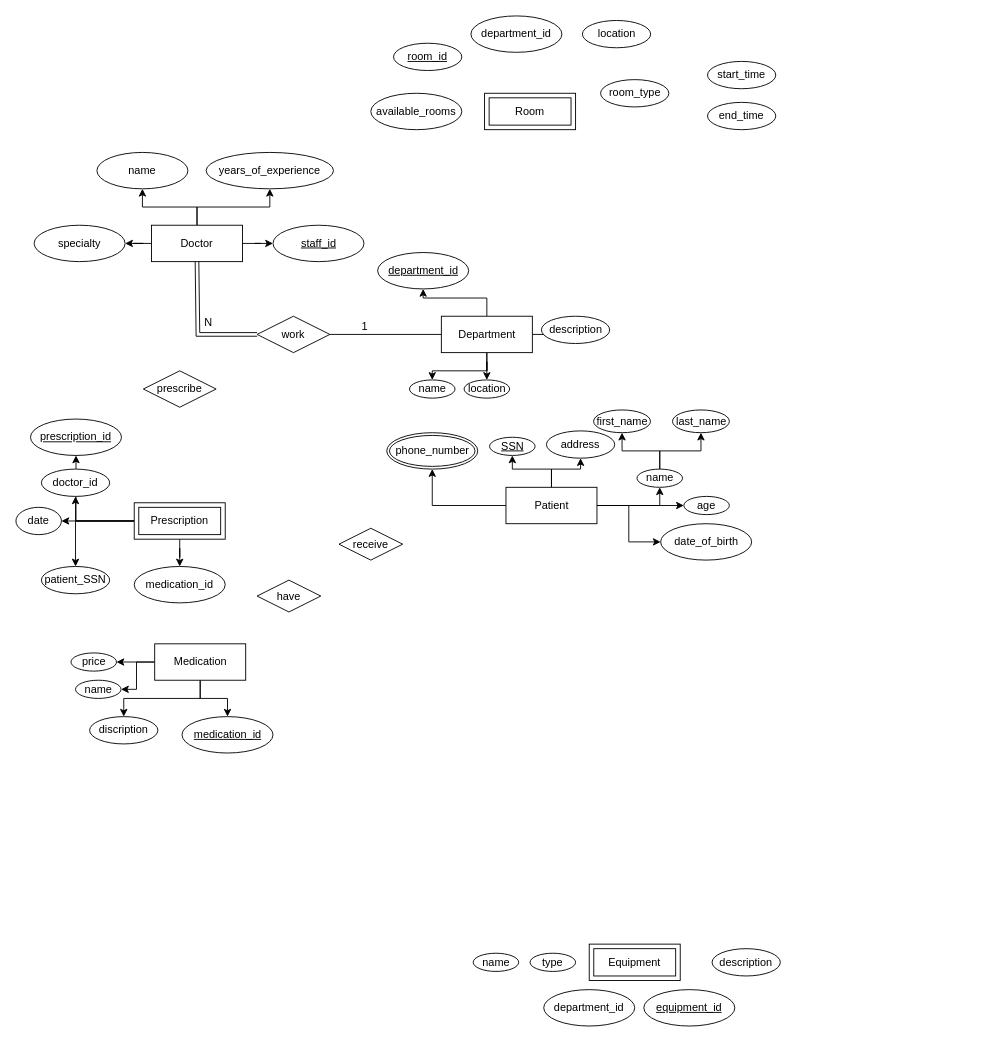
Earlier version of the draw.io diagram 9311.drawio (MC-Elixir/GRP-learning). Source tidied: cells renumbered, new cells numbered last; positions are measured from the earlier drawing's top-left corner, leaving out a move shared by most shapes. Both pictures are drawn from the tidied source at 91%, with x=0, y=0 at pixel (15, 15).
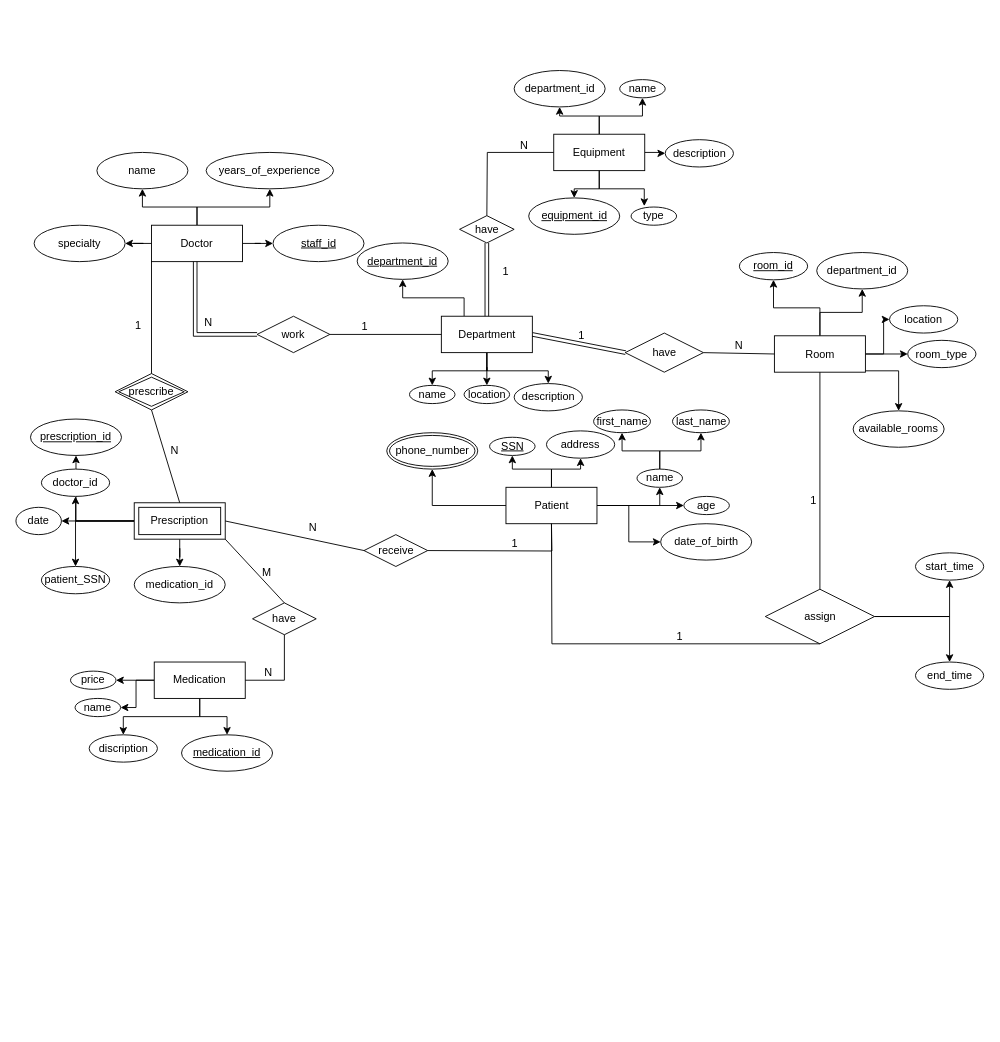
Above is the later version.

The change refers to these unchanged cells:
```xml
<mxCell id="6" value="Doctor" style="whiteSpace=wrap;html=1;align=center;" parent="1" vertex="1">
  <mxGeometry x="149" y="230" width="100" height="40" as="geometry" />
</mxCell>
<mxCell id="11" value="Department" style="whiteSpace=wrap;html=1;align=center;" parent="1" vertex="1">
  <mxGeometry x="467.5" y="330" width="100" height="40" as="geometry" />
</mxCell>
<mxCell id="22" value="Prescription" style="shape=ext;margin=3;double=1;whiteSpace=wrap;html=1;align=center;" parent="1" vertex="1">
  <mxGeometry x="130" y="535" width="100" height="40" as="geometry" />
</mxCell>
<mxCell id="54" value="work" style="shape=rhombus;perimeter=rhombusPerimeter;whiteSpace=wrap;html=1;align=center;" parent="1" vertex="1">
  <mxGeometry x="265" y="330" width="80" height="40" as="geometry" />
</mxCell>
<mxCell id="65" value="Patient" style="whiteSpace=wrap;html=1;align=center;" parent="1" vertex="1">
  <mxGeometry x="538.5" y="518" width="100" height="40" as="geometry" />
</mxCell>
```

Diff of the diagram source:
```diff
@@
-    <mxCell id="7" style="edgeStyle=orthogonalEdgeStyle;rounded=0;jettySize=auto;html=1;" parent="1" edge="1" source="11" target="29">
-      <mxGeometry relative="1" as="geometry" />
-    </mxCell>
@@
+    <mxCell id="7" style="edgeStyle=orthogonalEdgeStyle;rounded=0;jettySize=auto;html=1;exitX=0.25;exitY=0;exitDx=0;exitDy=0;" parent="1" edge="1" source="11" target="29">
+      <mxGeometry relative="1" as="geometry" />
+    </mxCell>
@@
     <mxCell id="16" value="Medication" style="whiteSpace=wrap;html=1;align=center;" parent="1" vertex="1">
-      <mxGeometry x="152.5" y="690" width="100" height="40" as="geometry" />
+      <mxGeometry x="152" y="710" width="100" height="40" as="geometry" />
     </mxCell>
@@
+    <mxCell id="79" style="edgeStyle=orthogonalEdgeStyle;rounded=0;jettySize=auto;html=1;entryX=0.5;entryY=1;entryDx=0;entryDy=0;" parent="1" edge="1" source="23" target="42">
+      <mxGeometry relative="1" as="geometry" />
+    </mxCell>
+    <mxCell id="80" style="edgeStyle=orthogonalEdgeStyle;rounded=0;jettySize=auto;html=1;entryX=0.5;entryY=1;entryDx=0;entryDy=0;" parent="1" edge="1" source="23" target="45">
+      <mxGeometry relative="1" as="geometry" />
+    </mxCell>
+    <mxCell id="81" style="edgeStyle=orthogonalEdgeStyle;rounded=0;jettySize=auto;html=1;entryX=0;entryY=0.5;entryDx=0;entryDy=0;" parent="1" edge="1" source="23" target="43">
+      <mxGeometry relative="1" as="geometry" />
+    </mxCell>
+    <mxCell id="82" style="edgeStyle=orthogonalEdgeStyle;rounded=0;jettySize=auto;html=1;" parent="1" edge="1" source="23" target="44">
+      <mxGeometry relative="1" as="geometry" />
+    </mxCell>
+    <mxCell id="83" style="edgeStyle=orthogonalEdgeStyle;rounded=0;jettySize=auto;html=1;" parent="1" edge="1" source="23" target="48">
+      <mxGeometry relative="1" as="geometry">
+        <Array as="points">
+          <mxPoint x="970" y="390" />
+        </Array>
+      </mxGeometry>
+    </mxCell>
-    <mxCell id="23" value="Room" style="shape=ext;margin=3;double=1;whiteSpace=wrap;html=1;align=center;" parent="1" vertex="1">
-      <mxGeometry x="515" y="85" width="100" height="40" as="geometry" />
+    <mxCell id="23" value="Room" style="whiteSpace=wrap;html=1;align=center;" parent="1" vertex="1">
+      <mxGeometry x="833.5" y="351.5" width="100" height="40" as="geometry" />
     </mxCell>
+    <mxCell id="84" style="edgeStyle=orthogonalEdgeStyle;rounded=0;jettySize=auto;html=1;" parent="1" edge="1" source="24" target="53">
+      <mxGeometry relative="1" as="geometry" />
+    </mxCell>
+    <mxCell id="85" style="edgeStyle=orthogonalEdgeStyle;rounded=0;jettySize=auto;html=1;" parent="1" edge="1" source="24" target="49">
+      <mxGeometry relative="1" as="geometry" />
+    </mxCell>
+    <mxCell id="86" style="edgeStyle=orthogonalEdgeStyle;rounded=0;jettySize=auto;html=1;" parent="1" edge="1" source="24" target="50">
+      <mxGeometry relative="1" as="geometry" />
+    </mxCell>
+    <mxCell id="87" style="edgeStyle=orthogonalEdgeStyle;rounded=0;jettySize=auto;html=1;" parent="1" edge="1" source="24" target="52">
+      <mxGeometry relative="1" as="geometry" />
+    </mxCell>
-    <mxCell id="24" value="Equipment" style="shape=ext;margin=3;double=1;whiteSpace=wrap;html=1;align=center;" parent="1" vertex="1">
-      <mxGeometry x="630" y="1020" width="100" height="40" as="geometry" />
+    <mxCell id="24" value="Equipment" style="whiteSpace=wrap;html=1;align=center;" parent="1" vertex="1">
+      <mxGeometry x="591" y="130" width="100" height="40" as="geometry" />
     </mxCell>
@@
     <mxCell id="29" value="department_id " style="ellipse;whiteSpace=wrap;html=1;align=center;fontStyle=4;" parent="1" vertex="1">
-      <mxGeometry x="397.5" y="260" width="100" height="40" as="geometry" />
+      <mxGeometry x="375" y="249.5" width="100" height="40" as="geometry" />
     </mxCell>
     <mxCell id="30" value="name" style="ellipse;whiteSpace=wrap;html=1;align=center;" parent="1" vertex="1">
-      <mxGeometry x="432.5" y="400" width="50" height="20" as="geometry" />
+      <mxGeometry x="432.5" y="406" width="50" height="20" as="geometry" />
     </mxCell>
     <mxCell id="31" value="description" style="ellipse;whiteSpace=wrap;html=1;align=center;" parent="1" vertex="1">
-      <mxGeometry x="577.5" y="330" width="75" height="30" as="geometry" />
+      <mxGeometry x="547.5" y="404" width="75" height="30" as="geometry" />
     </mxCell>
     <mxCell id="32" value="location" style="ellipse;whiteSpace=wrap;html=1;align=center;" parent="1" vertex="1">
-      <mxGeometry x="492.5" y="400" width="50" height="20" as="geometry" />
+      <mxGeometry x="492.5" y="406" width="50" height="20" as="geometry" />
     </mxCell>
     <mxCell id="33" value="medication_id " style="ellipse;whiteSpace=wrap;html=1;align=center;fontStyle=4;" parent="1" vertex="1">
-      <mxGeometry x="182.5" y="770" width="100" height="40" as="geometry" />
+      <mxGeometry x="182" y="790" width="100" height="40" as="geometry" />
     </mxCell>
     <mxCell id="34" value="name" style="ellipse;whiteSpace=wrap;html=1;align=center;" parent="1" vertex="1">
-      <mxGeometry x="65.5" y="730" width="50" height="20" as="geometry" />
+      <mxGeometry x="65" y="750" width="50" height="20" as="geometry" />
     </mxCell>
     <mxCell id="35" value="discription" style="ellipse;whiteSpace=wrap;html=1;align=center;" parent="1" vertex="1">
-      <mxGeometry x="81" y="770" width="75" height="30" as="geometry" />
+      <mxGeometry x="80.5" y="790" width="75" height="30" as="geometry" />
     </mxCell>
     <mxCell id="36" value="price" style="ellipse;whiteSpace=wrap;html=1;align=center;" parent="1" vertex="1">
-      <mxGeometry x="60.5" y="700" width="50" height="20" as="geometry" />
+      <mxGeometry x="60" y="720" width="50" height="20" as="geometry" />
     </mxCell>
@@
     <mxCell id="42" value="room_id " style="ellipse;whiteSpace=wrap;html=1;align=center;fontStyle=4;" parent="1" vertex="1">
-      <mxGeometry x="415" y="30" width="75" height="30" as="geometry" />
+      <mxGeometry x="795" y="260" width="75" height="30" as="geometry" />
     </mxCell>
     <mxCell id="43" value="location" style="ellipse;whiteSpace=wrap;html=1;align=center;" parent="1" vertex="1">
-      <mxGeometry x="622.5" y="5" width="75" height="30" as="geometry" />
+      <mxGeometry x="960" y="318.5" width="75" height="30" as="geometry" />
     </mxCell>
     <mxCell id="44" value="room_type" style="ellipse;whiteSpace=wrap;html=1;align=center;" parent="1" vertex="1">
-      <mxGeometry x="642.5" y="70" width="75" height="30" as="geometry" />
+      <mxGeometry x="980" y="356.5" width="75" height="30" as="geometry" />
     </mxCell>
     <mxCell id="45" value="department_id " style="ellipse;whiteSpace=wrap;html=1;align=center;" parent="1" vertex="1">
-      <mxGeometry x="500" width="100" height="40" as="geometry" />
+      <mxGeometry x="880" y="260" width="100" height="40" as="geometry" />
     </mxCell>
     <mxCell id="46" value="start_time" style="ellipse;whiteSpace=wrap;html=1;align=center;" parent="1" vertex="1">
-      <mxGeometry x="760" y="50" width="75" height="30" as="geometry" />
+      <mxGeometry x="988.5" y="590" width="75" height="30" as="geometry" />
     </mxCell>
     <mxCell id="47" value="end_time" style="ellipse;whiteSpace=wrap;html=1;align=center;" parent="1" vertex="1">
-      <mxGeometry x="760" y="95" width="75" height="30" as="geometry" />
+      <mxGeometry x="988.5" y="710" width="75" height="30" as="geometry" />
     </mxCell>
     <mxCell id="48" value="available_rooms" style="ellipse;whiteSpace=wrap;html=1;align=center;" parent="1" vertex="1">
-      <mxGeometry x="390" y="85" width="100" height="40" as="geometry" />
+      <mxGeometry x="920" y="434" width="100" height="40" as="geometry" />
     </mxCell>
     <mxCell id="49" value="equipment_id" style="ellipse;whiteSpace=wrap;html=1;align=center;fontStyle=4;" parent="1" vertex="1">
-      <mxGeometry x="690" y="1070" width="100" height="40" as="geometry" />
+      <mxGeometry x="563.5" y="200" width="100" height="40" as="geometry" />
     </mxCell>
     <mxCell id="50" value="name" style="ellipse;whiteSpace=wrap;html=1;align=center;" parent="1" vertex="1">
-      <mxGeometry x="502.5" y="1030" width="50" height="20" as="geometry" />
+      <mxGeometry x="663.5" y="70" width="50" height="20" as="geometry" />
     </mxCell>
     <mxCell id="51" value="type" style="ellipse;whiteSpace=wrap;html=1;align=center;" parent="1" vertex="1">
-      <mxGeometry x="565" y="1030" width="50" height="20" as="geometry" />
+      <mxGeometry x="676" y="210" width="50" height="20" as="geometry" />
     </mxCell>
     <mxCell id="52" value="description" style="ellipse;whiteSpace=wrap;html=1;align=center;" parent="1" vertex="1">
-      <mxGeometry x="765" y="1025" width="75" height="30" as="geometry" />
+      <mxGeometry x="713.5" y="136" width="75" height="30" as="geometry" />
     </mxCell>
     <mxCell id="53" value="department_id " style="ellipse;whiteSpace=wrap;html=1;align=center;" parent="1" vertex="1">
-      <mxGeometry x="580" y="1070" width="100" height="40" as="geometry" />
+      <mxGeometry x="547.5" y="60" width="100" height="40" as="geometry" />
     </mxCell>
@@
-    <mxCell id="57" style="shape=link;html=1;rounded=0;entryX=0;entryY=0.5;entryDx=0;entryDy=0;exitX=0.5;exitY=1;exitDx=0;exitDy=0;" parent="1" edge="1" source="6" target="54">
+    <mxCell id="57" style="shape=link;html=1;rounded=0;entryX=0;entryY=0.5;entryDx=0;entryDy=0;" parent="1" edge="1" target="54">
       <mxGeometry relative="1" as="geometry">
+        <mxPoint x="197" y="270" as="sourcePoint" />
         <Array as="points">
-          <mxPoint x="200" y="350" />
+          <mxPoint x="197" y="350" />
         </Array>
       </mxGeometry>
     </mxCell>
@@
     <mxCell id="76" value="receive" style="shape=rhombus;perimeter=rhombusPerimeter;whiteSpace=wrap;html=1;align=center;" parent="1" vertex="1">
-      <mxGeometry x="355" y="563" width="70" height="35" as="geometry" />
+      <mxGeometry x="382.5" y="570" width="70" height="35" as="geometry" />
     </mxCell>
-    <mxCell id="77" value="prescribe" style="shape=rhombus;perimeter=rhombusPerimeter;whiteSpace=wrap;html=1;align=center;" parent="1" vertex="1">
-      <mxGeometry x="140" y="390" width="80" height="40" as="geometry" />
+    <mxCell id="77" value="prescribe" style="shape=rhombus;double=1;perimeter=rhombusPerimeter;whiteSpace=wrap;html=1;align=center;" parent="1" vertex="1">
+      <mxGeometry x="109" y="393" width="80" height="40" as="geometry" />
     </mxCell>
+    <mxCell id="88" style="endArrow=none;html=1;rounded=0;exitX=0.5;exitY=1;exitDx=0;exitDy=0;entryX=0.5;entryY=0;entryDx=0;entryDy=0;" parent="1" edge="1" source="23" target="92">
+      <mxGeometry relative="1" as="geometry" />
+    </mxCell>
+    <mxCell id="89" value="1" style="html=1;whiteSpace=wrap;align=right;verticalAlign=bottom;" parent="88" vertex="1">
+      <mxGeometry x="1" relative="1" as="geometry">
+        <mxPoint x="-3" y="-90" as="offset" />
+      </mxGeometry>
+    </mxCell>
+    <mxCell id="90" style="edgeStyle=orthogonalEdgeStyle;rounded=0;jettySize=auto;html=1;" parent="1" edge="1" source="92" target="46">
+      <mxGeometry relative="1" as="geometry" />
+    </mxCell>
+    <mxCell id="91" style="edgeStyle=orthogonalEdgeStyle;rounded=0;jettySize=auto;html=1;" parent="1" edge="1" source="92" target="47">
+      <mxGeometry relative="1" as="geometry" />
+    </mxCell>
+    <mxCell id="92" value="assign" style="shape=rhombus;perimeter=rhombusPerimeter;whiteSpace=wrap;html=1;align=center;" parent="1" vertex="1">
+      <mxGeometry x="823.5" y="630" width="120" height="60" as="geometry" />
+    </mxCell>
+    <mxCell id="93" value="have" style="shape=rhombus;perimeter=rhombusPerimeter;whiteSpace=wrap;html=1;align=center;" parent="1" vertex="1">
+      <mxGeometry x="669.5" y="348.5" width="86" height="43" as="geometry" />
+    </mxCell>
+    <mxCell id="94" style="edgeStyle=orthogonalEdgeStyle;rounded=0;jettySize=auto;html=1;entryX=0.29;entryY=-0.05;entryDx=0;entryDy=0;entryPerimeter=0;" parent="1" edge="1" source="24" target="51">
+      <mxGeometry relative="1" as="geometry" />
+    </mxCell>
+    <mxCell id="95" style="endArrow=none;html=1;rounded=0;entryX=0.5;entryY=1;entryDx=0;entryDy=0;exitX=1;exitY=0.5;exitDx=0;exitDy=0;" parent="1" edge="1" source="76" target="65">
+      <mxGeometry relative="1" as="geometry">
+        <Array as="points">
+          <mxPoint x="589" y="588" />
+        </Array>
+      </mxGeometry>
+    </mxCell>
+    <mxCell id="96" value="N" style="html=1;whiteSpace=wrap;align=right;verticalAlign=bottom;" parent="95" vertex="1">
+      <mxGeometry x="1" relative="1" as="geometry">
+        <mxPoint x="-256" y="12" as="offset" />
+      </mxGeometry>
+    </mxCell>
+    <mxCell id="97" style="endArrow=none;html=1;rounded=0;exitX=1;exitY=0.5;exitDx=0;exitDy=0;entryX=0;entryY=0.5;entryDx=0;entryDy=0;" parent="1" edge="1" source="22" target="76">
+      <mxGeometry relative="1" as="geometry" />
+    </mxCell>
+    <mxCell id="98" value="1" style="html=1;whiteSpace=wrap;align=left;verticalAlign=bottom;" parent="97" vertex="1">
+      <mxGeometry x="-1" relative="1" as="geometry">
+        <mxPoint x="313" y="33" as="offset" />
+      </mxGeometry>
+    </mxCell>
     <mxCell id="78" value="have" style="shape=rhombus;perimeter=rhombusPerimeter;whiteSpace=wrap;html=1;align=center;" parent="1" vertex="1">
-      <mxGeometry x="265" y="620" width="70" height="35" as="geometry" />
+      <mxGeometry x="260" y="645" width="70" height="35" as="geometry" />
     </mxCell>
+    <mxCell id="99" style="endArrow=none;html=1;rounded=0;exitX=0;exitY=1;exitDx=0;exitDy=0;entryX=0.5;entryY=0;entryDx=0;entryDy=0;" parent="1" edge="1" source="6" target="77">
+      <mxGeometry relative="1" as="geometry" />
+    </mxCell>
+    <mxCell id="100" value="1" style="html=1;whiteSpace=wrap;align=right;verticalAlign=bottom;" parent="99" vertex="1">
+      <mxGeometry x="1" relative="1" as="geometry">
+        <mxPoint x="-10" y="-44" as="offset" />
+      </mxGeometry>
+    </mxCell>
+    <mxCell id="101" style="endArrow=none;html=1;rounded=0;entryX=0.5;entryY=0;entryDx=0;entryDy=0;exitX=0.5;exitY=1;exitDx=0;exitDy=0;" parent="1" edge="1" source="77" target="22">
+      <mxGeometry relative="1" as="geometry" />
+    </mxCell>
+    <mxCell id="102" value="N" style="html=1;whiteSpace=wrap;align=right;verticalAlign=bottom;" parent="101" vertex="1">
+      <mxGeometry x="1" relative="1" as="geometry">
+        <mxPoint y="-49" as="offset" />
+      </mxGeometry>
+    </mxCell>
+    <mxCell id="103" style="shape=link;html=1;rounded=0;exitX=1;exitY=0.5;exitDx=0;exitDy=0;" parent="1" edge="1" source="11">
+      <mxGeometry relative="1" as="geometry">
+        <mxPoint x="670" y="370" as="targetPoint" />
+      </mxGeometry>
+    </mxCell>
+    <mxCell id="104" value="1" style="html=1;whiteSpace=wrap;align=right;verticalAlign=bottom;" parent="103" vertex="1">
+      <mxGeometry x="1" relative="1" as="geometry">
+        <mxPoint x="-44" y="-10" as="offset" />
+      </mxGeometry>
+    </mxCell>
+    <mxCell id="105" style="endArrow=none;html=1;rounded=0;exitX=1;exitY=0.5;exitDx=0;exitDy=0;entryX=0;entryY=0.5;entryDx=0;entryDy=0;" parent="1" edge="1" source="93" target="23">
+      <mxGeometry relative="1" as="geometry" />
+    </mxCell>
+    <mxCell id="106" value="N" style="html=1;whiteSpace=wrap;align=right;verticalAlign=bottom;" parent="105" vertex="1">
+      <mxGeometry x="1" relative="1" as="geometry">
+        <mxPoint x="-33" y="-1" as="offset" />
+      </mxGeometry>
+    </mxCell>
+    <mxCell id="107" value="have" style="shape=rhombus;perimeter=rhombusPerimeter;whiteSpace=wrap;html=1;align=center;" parent="1" vertex="1">
+      <mxGeometry x="487.5" y="219.5" width="60" height="30" as="geometry" />
+    </mxCell>
+    <mxCell id="108" style="shape=link;html=1;rounded=0;exitX=0.5;exitY=0;exitDx=0;exitDy=0;entryX=0.5;entryY=1;entryDx=0;entryDy=0;" parent="1" edge="1" source="11" target="107">
+      <mxGeometry relative="1" as="geometry" />
+    </mxCell>
+    <mxCell id="109" value="1" style="html=1;whiteSpace=wrap;align=right;verticalAlign=bottom;" parent="108" vertex="1">
+      <mxGeometry x="1" relative="1" as="geometry">
+        <mxPoint x="25" y="40" as="offset" />
+      </mxGeometry>
+    </mxCell>
+    <mxCell id="110" style="endArrow=none;html=1;rounded=0;entryX=0;entryY=0.5;entryDx=0;entryDy=0;exitX=0.5;exitY=0;exitDx=0;exitDy=0;" parent="1" edge="1" source="107" target="24">
+      <mxGeometry relative="1" as="geometry">
+        <Array as="points">
+          <mxPoint x="518" y="150" />
+        </Array>
+      </mxGeometry>
+    </mxCell>
+    <mxCell id="111" value="N" style="html=1;whiteSpace=wrap;align=right;verticalAlign=bottom;" parent="110" vertex="1">
+      <mxGeometry x="1" relative="1" as="geometry">
+        <mxPoint x="-27" y="1" as="offset" />
+      </mxGeometry>
+    </mxCell>
+    <mxCell id="112" style="endArrow=none;html=1;rounded=0;entryX=0.5;entryY=1;entryDx=0;entryDy=0;exitX=0.5;exitY=1;exitDx=0;exitDy=0;" parent="1" edge="1" source="65" target="92">
+      <mxGeometry relative="1" as="geometry">
+        <Array as="points">
+          <mxPoint x="589" y="690" />
+        </Array>
+      </mxGeometry>
+    </mxCell>
+    <mxCell id="113" value="1" style="html=1;whiteSpace=wrap;align=right;verticalAlign=bottom;" parent="112" vertex="1">
+      <mxGeometry x="1" relative="1" as="geometry">
+        <mxPoint x="-150" as="offset" />
+      </mxGeometry>
+    </mxCell>
+    <mxCell id="114" style="endArrow=none;html=1;rounded=0;exitX=1;exitY=1;exitDx=0;exitDy=0;entryX=0.5;entryY=0;entryDx=0;entryDy=0;" parent="1" edge="1" source="22" target="78">
+      <mxGeometry relative="1" as="geometry" />
+    </mxCell>
+    <mxCell id="115" value="M" style="html=1;whiteSpace=wrap;align=right;verticalAlign=bottom;" parent="114" vertex="1">
+      <mxGeometry x="1" relative="1" as="geometry">
+        <mxPoint x="-13" y="-25" as="offset" />
+      </mxGeometry>
+    </mxCell>
+    <mxCell id="116" style="endArrow=none;html=1;rounded=0;entryX=1;entryY=0.5;entryDx=0;entryDy=0;exitX=0.5;exitY=1;exitDx=0;exitDy=0;" parent="1" edge="1" source="78" target="16">
+      <mxGeometry relative="1" as="geometry">
+        <Array as="points">
+          <mxPoint x="295" y="730" />
+        </Array>
+      </mxGeometry>
+    </mxCell>
+    <mxCell id="117" value="N" style="html=1;whiteSpace=wrap;align=right;verticalAlign=bottom;" parent="116" vertex="1">
+      <mxGeometry x="1" relative="1" as="geometry">
+        <mxPoint x="31" as="offset" />
+      </mxGeometry>
+    </mxCell>
```
